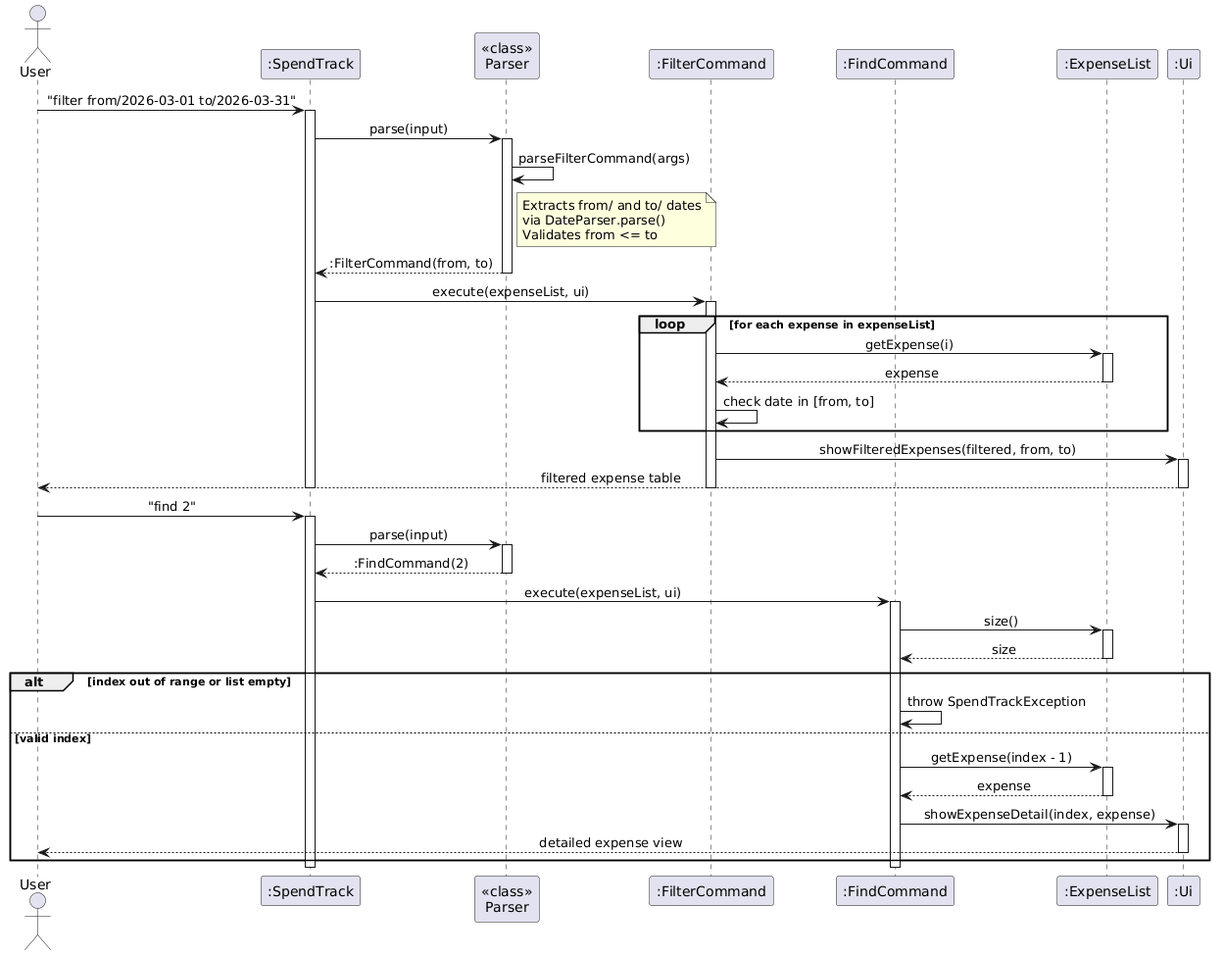
This is docs/images/FilterFindSequence.png from AbhijitBalajee/tp, a PlantUML export, as it was before one commit.
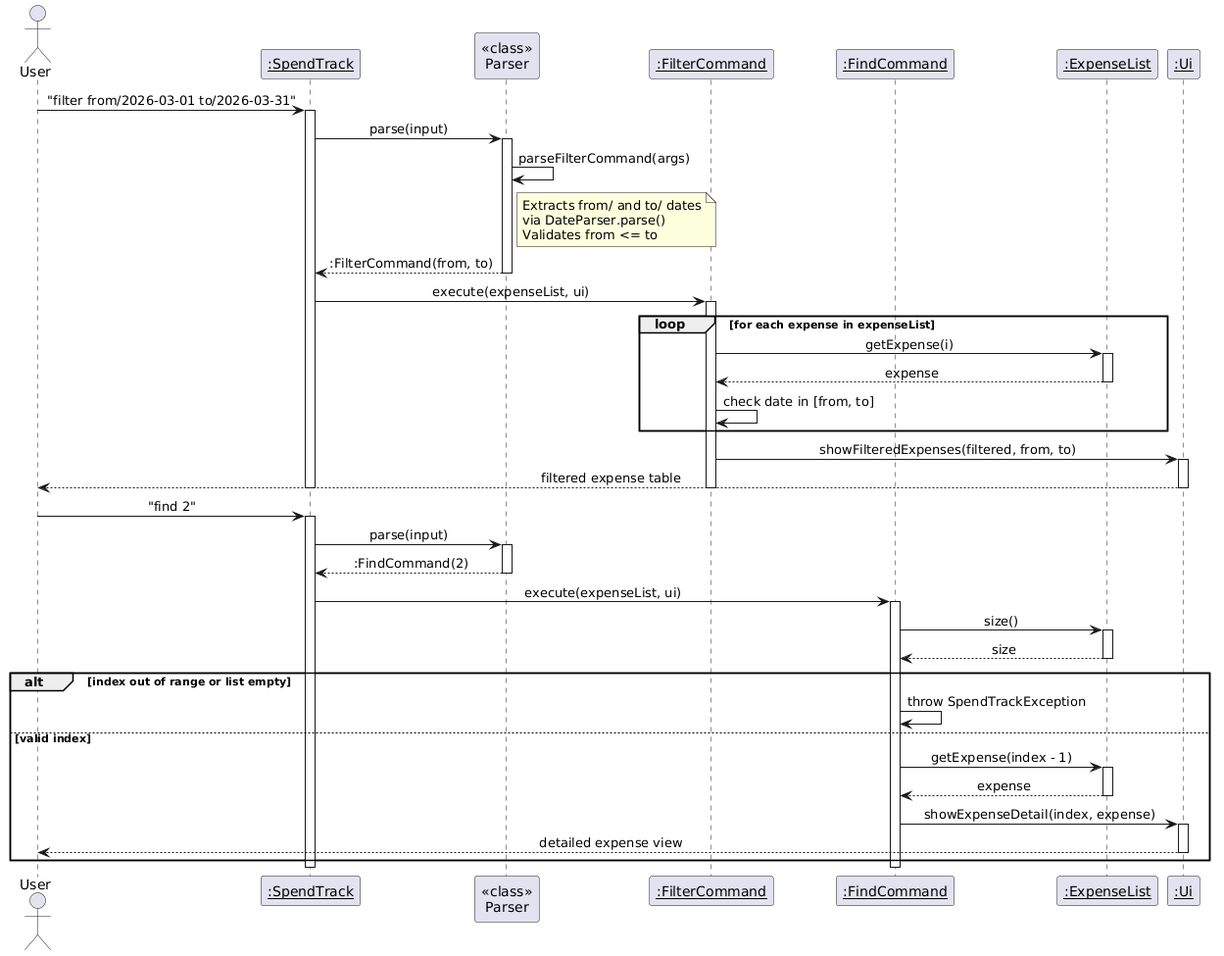
The same file after the commit.

Change to the diagram source:
```diff
@@ -4,12 +4,12 @@
 skinparam sequenceMessageAlign center
 
 actor User
-participant ":SpendTrack" as ST
+participant "<u>:SpendTrack</u>" as ST
 participant "<<class>>\nParser" as P
-participant ":FilterCommand" as FC
-participant ":FindCommand" as FNC
-participant ":ExpenseList" as EL
-participant ":Ui" as UI
+participant "<u>:FilterCommand</u>" as FC
+participant "<u>:FindCommand</u>" as FNC
+participant "<u>:ExpenseList</u>" as EL
+participant "<u>:Ui</u>" as UI
 
 User -> ST : "filter from/2026-03-01 to/2026-03-31"
 activate ST
```
